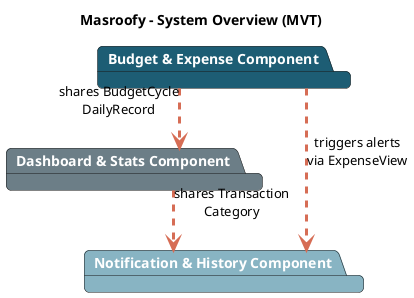
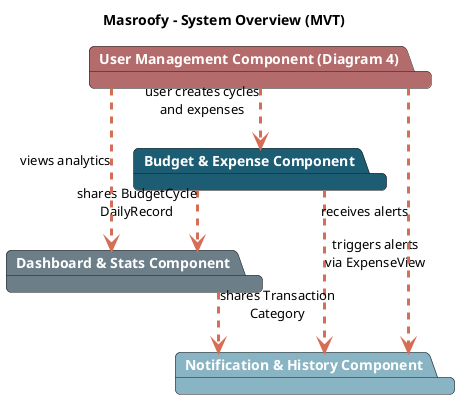
@startuml Overview
skinparam classAttributeIconSize 0
skinparam linetype ortho
skinparam roundcorner 10
skinparam packageBackgroundColor #1D5D74
skinparam packageFontColor #FFFFFF
skinparam classBorderColor #1D5D74
skinparam classArrowColor #D66D55
skinparam ArrowThickness 3
skinparam ClassFontSize 20
skinparam classBackgroundColor #FFFFFF

skinparam classFontColor #1D5D74
skinparam packageFontColor white
skinparam ClassFontSize 13

title Masroofy - System Overview (MVT)

package "Budget & Expense Component"  #1D5D74 {
}

package "Dashboard & Stats Component" #6c7e87  {
}

package "Notification & History Component" #88b4c3 {
}

+ package "User Management Component (Diagram 4)" #b36b6b {
+ }
+ 
[Budget & Expense Component] ..> [Dashboard & Stats Component] : "shares BudgetCycle\nDailyRecord"
[Budget & Expense Component] ..> [Notification & History Component] : "triggers alerts\nvia ExpenseView"
[Dashboard & Stats Component] ..> [Notification & History Component] : "shares Transaction\nCategory"

+ ' Diagram 4 relations (User Management)
+ [User Management Component (Diagram 4)] ..> [Budget & Expense Component] : "user creates cycles\nand expenses"
+ [User Management Component (Diagram 4)] ..> [Dashboard & Stats Component] : "views analytics"
+ [User Management Component (Diagram 4)] ..> [Notification & History Component] : "receives alerts"
+ 
@enduml